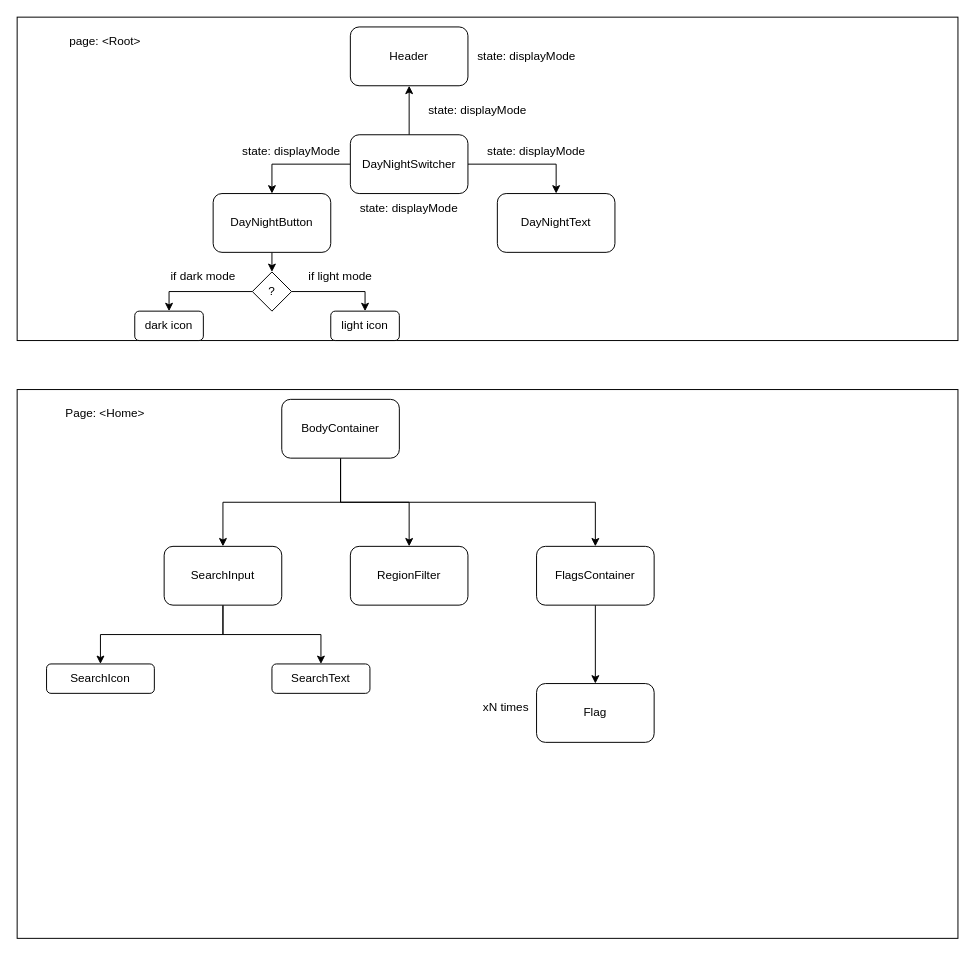
The draw.io diagram comp_architecture.drawio in aisiklar/REST_Countries_API_Project, before the edit. Source tidied: cells renumbered, new cells numbered last; positions are measured from the earlier drawing's top-left corner, leaving out a move shared by most shapes. Both pictures are drawn from the tidied source at 98%, with x=0, y=0 at pixel (17, 17).
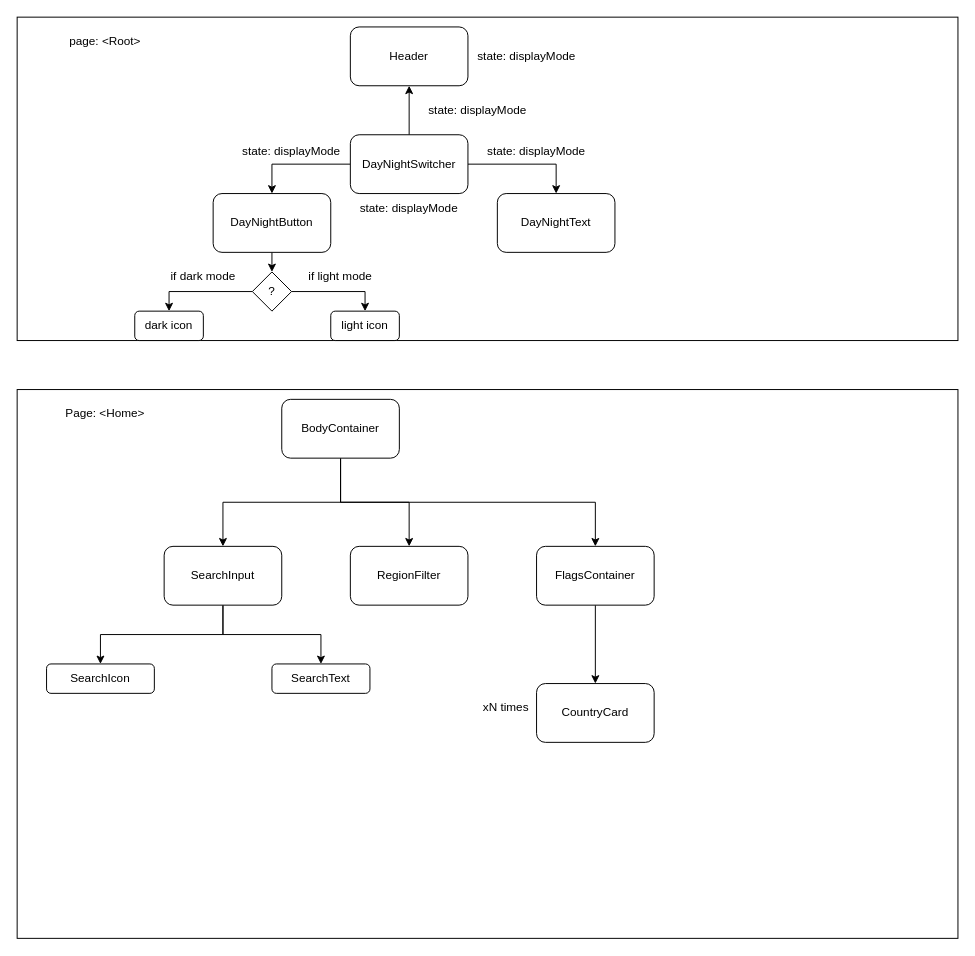
After the change.

Change to the diagram source:
```diff
@@
-    <mxCell id="14" value="Flag" style="whiteSpace=wrap;html=1;rounded=1;" parent="1" vertex="1">
+    <mxCell id="14" value="CountryCard" style="whiteSpace=wrap;html=1;rounded=1;" parent="1" vertex="1">
       <mxGeometry x="530" y="680" width="120" height="60" as="geometry" />
     </mxCell>
```
